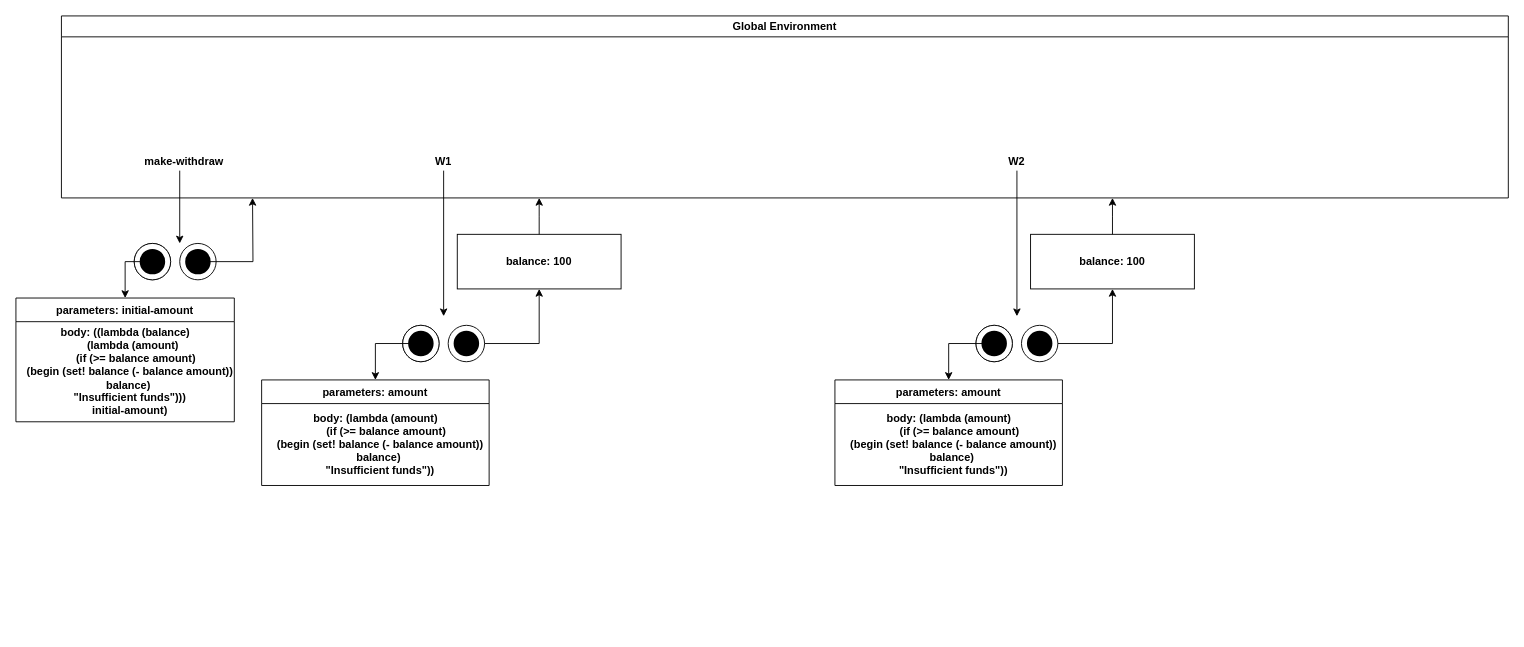
This is Chapter3/Exercise3_10.drawio from ppysjp/SICP, a draw.io file, before an edit. Source tidied: cells renumbered, new cells numbered last; positions are measured from the earlier drawing's top-left corner, leaving out a move shared by most shapes. Both pictures are drawn from the tidied source at 91%, with x=0, y=0 at pixel (15, 15).
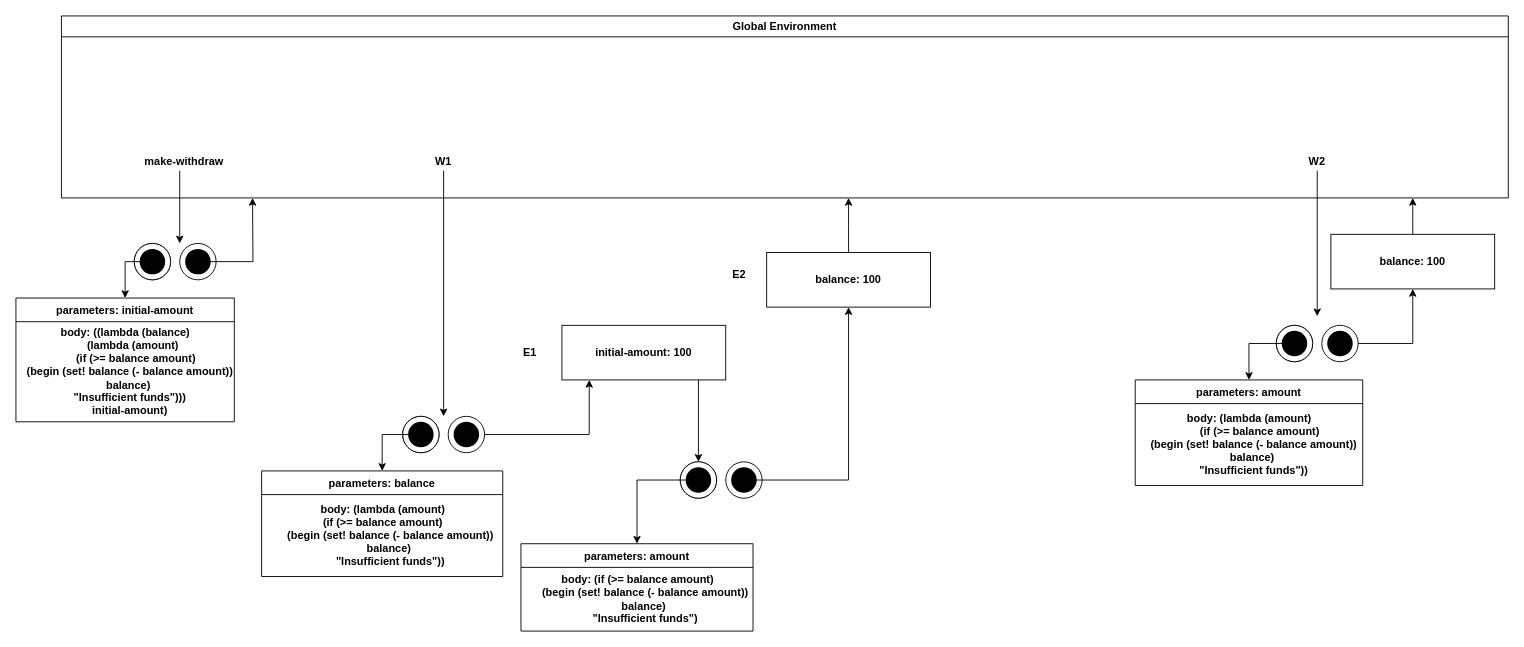
The same page after the edit.

Unchanged cells that the change refers to:
```xml
<mxCell id="4" value="&lt;b&gt;W1&lt;br&gt;&lt;/b&gt;" style="text;html=1;strokeColor=none;fillColor=none;align=center;verticalAlign=middle;whiteSpace=wrap;rounded=0;labelBackgroundColor=#ffffff;" parent="2" vertex="1">
  <mxGeometry x="355" y="150" width="130" height="20" as="geometry" />
</mxCell>
<mxCell id="26" style="ellipse;whiteSpace=wrap;html=1;labelBackgroundColor=#ffffff;" parent="25" vertex="1">
  <mxGeometry width="40" height="40" as="geometry" />
</mxCell>
<mxCell id="44" style="ellipse;whiteSpace=wrap;html=1;labelBackgroundColor=#ffffff;" parent="43" vertex="1">
  <mxGeometry width="40" height="40" as="geometry" />
</mxCell>
```

Change to the diagram source:
```diff
@@
     <mxCell id="19" style="group;" parent="1" vertex="1">
-      <mxGeometry x="425" y="340" width="40" height="40" as="geometry" />
+      <mxGeometry x="425" y="440" width="40" height="40" as="geometry" />
     </mxCell>
@@
     <mxCell id="22" style="group;" parent="1" vertex="1">
-      <mxGeometry x="425" y="340" width="40" height="40" as="geometry" />
+      <mxGeometry x="425" y="440" width="40" height="40" as="geometry" />
     </mxCell>
@@
     <mxCell id="25" style="group;" parent="1" vertex="1">
-      <mxGeometry x="475" y="340" width="40" height="40" as="geometry" />
+      <mxGeometry x="475" y="440" width="40" height="40" as="geometry" />
     </mxCell>
@@
     <mxCell id="28" style="edgeStyle=orthogonalEdgeStyle;rounded=0;jettySize=auto;html=1;" parent="1" edge="1" source="4">
       <mxGeometry relative="1" as="geometry">
-        <mxPoint x="470" y="330" as="targetPoint" />
+        <mxPoint x="470" y="440" as="targetPoint" />
         <Array as="points">
           <mxPoint x="470" y="160" />
         </Array>
       </mxGeometry>
     </mxCell>
-    <mxCell id="29" value="parameters: amount" style="swimlane;fontStyle=1;align=center;verticalAlign=top;horizontal=1;startSize=26;" parent="1" vertex="1">
-      <mxGeometry x="270" y="400" width="250" height="116" as="geometry" />
+    <mxCell id="29" value="parameters: balance" style="swimlane;fontStyle=1;align=center;verticalAlign=top;horizontal=1;startSize=26;" parent="1" vertex="1">
+      <mxGeometry x="270" y="500" width="265" height="116" as="geometry" />
     </mxCell>
-    <mxCell id="30" value="&lt;b&gt;body:&amp;nbsp;&lt;/b&gt;&lt;span style=&quot;background-color: initial;&quot;&gt;&lt;b&gt;(lambda (amount)&lt;/b&gt;&lt;/span&gt;&lt;div&gt;&lt;b&gt;&amp;nbsp; &amp;nbsp; &amp;nbsp; &amp;nbsp;(if (&amp;gt;= balance amount)&lt;/b&gt;&lt;/div&gt;&lt;div&gt;&lt;b&gt;&lt;span style=&quot;&quot;&gt;&#9;&lt;/span&gt;&amp;nbsp; &amp;nbsp;(begin (set! balance (- balance amount))&lt;/b&gt;&lt;/div&gt;&lt;div&gt;&lt;b&gt;&lt;span style=&quot;&quot;&gt;&#9;&#9;&lt;/span&gt;&amp;nbsp; balance)&lt;/b&gt;&lt;/div&gt;&lt;div&gt;&lt;b&gt;&lt;span style=&quot;&quot;&gt;&#9;&lt;/span&gt;&amp;nbsp; &amp;nbsp;&quot;Insufficient funds&quot;))&lt;/b&gt;&lt;/div&gt;" style="text;html=1;align=center;verticalAlign=middle;strokeColor=none;" parent="29" vertex="1">
-      <mxGeometry y="26" width="250" height="90" as="geometry" />
+    <mxCell id="30" value="&lt;b&gt;body:&amp;nbsp;&lt;/b&gt;&lt;span style=&quot;background-color: initial;&quot;&gt;&lt;b&gt;(lambda (amount)&lt;/b&gt;&lt;/span&gt;&lt;div&gt;&lt;b&gt;&lt;span style=&quot;&quot;&gt;&#9;&lt;/span&gt; (if (&amp;gt;= balance amount)&lt;/b&gt;&lt;/div&gt;&lt;div&gt;&lt;b&gt;&lt;span style=&quot;&quot;&gt;&#9;&lt;/span&gt;&amp;nbsp; &amp;nbsp; &amp;nbsp;(begin (set! balance (- balance amount))&lt;/b&gt;&lt;/div&gt;&lt;div&gt;&lt;b&gt;&lt;span style=&quot;&quot;&gt;&#9;&#9;&lt;/span&gt;&amp;nbsp; &amp;nbsp; balance)&lt;/b&gt;&lt;/div&gt;&lt;div&gt;&lt;b&gt;&lt;span style=&quot;&quot;&gt;&#9;&lt;/span&gt;&amp;nbsp; &amp;nbsp; &amp;nbsp;&quot;Insufficient funds&quot;))&lt;/b&gt;&lt;/div&gt;" style="text;html=1;align=center;verticalAlign=middle;strokeColor=none;" parent="29" vertex="1">
+      <mxGeometry y="26" width="265" height="90" as="geometry" />
     </mxCell>
@@
-    <mxCell id="32" style="edgeStyle=orthogonalEdgeStyle;rounded=0;jettySize=auto;html=1;" parent="1" edge="1" source="33">
-      <mxGeometry relative="1" as="geometry">
-        <mxPoint x="575" y="200" as="targetPoint" />
-      </mxGeometry>
-    </mxCell>
     <mxCell id="33" style="rounded=0;whiteSpace=wrap;html=1;fillColor=none;gradientColor=default;" parent="1" vertex="1">
-      <mxGeometry x="485" y="240" width="180" height="60" as="geometry" />
+      <mxGeometry x="600" y="340" width="180" height="60" as="geometry" />
     </mxCell>
-    <mxCell id="34" value="&lt;b&gt;balance: 100&lt;/b&gt;" style="text;html=1;strokeColor=none;fillColor=none;align=center;verticalAlign=middle;whiteSpace=wrap;rounded=0;" parent="1" vertex="1">
-      <mxGeometry x="520" y="255" width="110" height="30" as="geometry" />
+    <mxCell id="34" value="&lt;b&gt;initial-amount: 100&lt;/b&gt;" style="text;html=1;strokeColor=none;fillColor=none;align=center;verticalAlign=middle;whiteSpace=wrap;rounded=0;" parent="1" vertex="1">
+      <mxGeometry x="635" y="355" width="110" height="30" as="geometry" />
     </mxCell>
-    <mxCell id="35" style="edgeStyle=orthogonalEdgeStyle;rounded=0;jettySize=auto;html=1;entryX=0.5;entryY=1;entryDx=0;entryDy=0;" parent="1" edge="1" source="26" target="33">
+    <mxCell id="35" style="edgeStyle=orthogonalEdgeStyle;rounded=0;jettySize=auto;html=1;" parent="1" edge="1" source="26">
       <mxGeometry relative="1" as="geometry">
+        <mxPoint x="630" y="400" as="targetPoint" />
         <Array as="points">
-          <mxPoint x="575" y="360" />
+          <mxPoint x="630" y="460" />
+          <mxPoint x="630" y="400" />
         </Array>
       </mxGeometry>
     </mxCell>
     <mxCell id="36" value="&lt;b&gt;W2&lt;br&gt;&lt;/b&gt;" style="text;html=1;strokeColor=none;fillColor=none;align=center;verticalAlign=middle;whiteSpace=wrap;rounded=0;labelBackgroundColor=#ffffff;" parent="1" vertex="1">
-      <mxGeometry x="1035" y="150" width="130" height="20" as="geometry" />
+      <mxGeometry x="1365" y="150" width="130" height="20" as="geometry" />
     </mxCell>
     <mxCell id="37" style="group;" parent="1" vertex="1">
-      <mxGeometry x="1055" y="340" width="40" height="40" as="geometry" />
+      <mxGeometry x="1385" y="340" width="40" height="40" as="geometry" />
     </mxCell>
@@
     <mxCell id="40" style="group;" parent="1" vertex="1">
-      <mxGeometry x="1055" y="340" width="40" height="40" as="geometry" />
+      <mxGeometry x="1385" y="340" width="40" height="40" as="geometry" />
     </mxCell>
@@
     <mxCell id="43" style="group;" parent="1" vertex="1">
-      <mxGeometry x="1105" y="340" width="40" height="40" as="geometry" />
+      <mxGeometry x="1435" y="340" width="40" height="40" as="geometry" />
     </mxCell>
@@
     <mxCell id="46" style="edgeStyle=orthogonalEdgeStyle;rounded=0;jettySize=auto;html=1;" parent="1" edge="1" source="36">
       <mxGeometry relative="1" as="geometry">
-        <mxPoint x="1100" y="330" as="targetPoint" />
+        <mxPoint x="1430" y="330" as="targetPoint" />
         <Array as="points">
-          <mxPoint x="1100" y="160" />
+          <mxPoint x="1430" y="160" />
         </Array>
       </mxGeometry>
     </mxCell>
     <mxCell id="47" value="parameters: amount" style="swimlane;fontStyle=1;align=center;verticalAlign=top;horizontal=1;startSize=26;" parent="1" vertex="1">
-      <mxGeometry x="900" y="400" width="250" height="116" as="geometry" />
+      <mxGeometry x="1230" y="400" width="250" height="116" as="geometry" />
     </mxCell>
@@
     <mxCell id="50" style="edgeStyle=orthogonalEdgeStyle;rounded=0;jettySize=auto;html=1;" parent="1" edge="1" source="51">
       <mxGeometry relative="1" as="geometry">
-        <mxPoint x="1205" y="200" as="targetPoint" />
+        <mxPoint x="1535" y="200" as="targetPoint" />
       </mxGeometry>
     </mxCell>
     <mxCell id="51" style="rounded=0;whiteSpace=wrap;html=1;fillColor=none;gradientColor=default;" parent="1" vertex="1">
-      <mxGeometry x="1115" y="240" width="180" height="60" as="geometry" />
+      <mxGeometry x="1445" y="240" width="180" height="60" as="geometry" />
     </mxCell>
     <mxCell id="52" value="&lt;b&gt;balance: 100&lt;/b&gt;" style="text;html=1;strokeColor=none;fillColor=none;align=center;verticalAlign=middle;whiteSpace=wrap;rounded=0;" parent="1" vertex="1">
-      <mxGeometry x="1150" y="255" width="110" height="30" as="geometry" />
+      <mxGeometry x="1480" y="255" width="110" height="30" as="geometry" />
     </mxCell>
     <mxCell id="53" style="edgeStyle=orthogonalEdgeStyle;rounded=0;jettySize=auto;html=1;entryX=0.5;entryY=1;entryDx=0;entryDy=0;" parent="1" edge="1" source="44" target="51">
       <mxGeometry relative="1" as="geometry">
         <Array as="points">
-          <mxPoint x="1205" y="360" />
+          <mxPoint x="1535" y="360" />
         </Array>
       </mxGeometry>
     </mxCell>
+    <mxCell id="54" style="edgeStyle=orthogonalEdgeStyle;rounded=0;jettySize=auto;html=1;" parent="1" edge="1" source="55">
+      <mxGeometry relative="1" as="geometry">
+        <mxPoint x="915" y="200" as="targetPoint" />
+      </mxGeometry>
+    </mxCell>
+    <mxCell id="55" style="rounded=0;whiteSpace=wrap;html=1;fillColor=none;gradientColor=default;" parent="1" vertex="1">
+      <mxGeometry x="825" y="260" width="180" height="60" as="geometry" />
+    </mxCell>
+    <mxCell id="56" value="&lt;b&gt;balance: 100&lt;/b&gt;" style="text;html=1;strokeColor=none;fillColor=none;align=center;verticalAlign=middle;whiteSpace=wrap;rounded=0;" parent="1" vertex="1">
+      <mxGeometry x="860" y="275" width="110" height="30" as="geometry" />
+    </mxCell>
+    <mxCell id="57" value="&lt;b&gt;E1&lt;/b&gt;" style="text;html=1;strokeColor=none;fillColor=none;align=center;verticalAlign=middle;whiteSpace=wrap;rounded=0;" parent="1" vertex="1">
+      <mxGeometry x="535" y="355" width="60" height="30" as="geometry" />
+    </mxCell>
+    <mxCell id="58" style="group;" parent="1" vertex="1">
+      <mxGeometry x="730" y="490" width="40" height="40" as="geometry" />
+    </mxCell>
+    <mxCell id="59" style="ellipse;whiteSpace=wrap;html=1;labelBackgroundColor=#ffffff;" parent="58" vertex="1">
+      <mxGeometry width="40" height="40" as="geometry" />
+    </mxCell>
+    <mxCell id="60" style="ellipse;whiteSpace=wrap;html=1;labelBackgroundColor=#ffffff;strokeWidth=8;fillColor=#000000;" parent="58" vertex="1">
+      <mxGeometry x="10" y="10" width="20" height="20" as="geometry" />
+    </mxCell>
+    <mxCell id="61" style="group;" parent="1" vertex="1">
+      <mxGeometry x="730" y="490" width="40" height="40" as="geometry" />
+    </mxCell>
+    <mxCell id="62" style="ellipse;whiteSpace=wrap;html=1;labelBackgroundColor=#ffffff;" parent="61" vertex="1">
+      <mxGeometry width="40" height="40" as="geometry" />
+    </mxCell>
+    <mxCell id="63" style="ellipse;whiteSpace=wrap;html=1;labelBackgroundColor=#ffffff;strokeWidth=8;fillColor=#000000;" parent="61" vertex="1">
+      <mxGeometry x="10" y="10" width="20" height="20" as="geometry" />
+    </mxCell>
+    <mxCell id="64" style="group;" parent="1" vertex="1">
+      <mxGeometry x="780" y="490" width="40" height="40" as="geometry" />
+    </mxCell>
+    <mxCell id="65" style="ellipse;whiteSpace=wrap;html=1;labelBackgroundColor=#ffffff;" parent="64" vertex="1">
+      <mxGeometry width="40" height="40" as="geometry" />
+    </mxCell>
+    <mxCell id="66" style="ellipse;whiteSpace=wrap;html=1;labelBackgroundColor=#ffffff;strokeWidth=8;fillColor=#000000;" parent="64" vertex="1">
+      <mxGeometry x="10" y="10" width="20" height="20" as="geometry" />
+    </mxCell>
+    <mxCell id="67" value="parameters: amount" style="swimlane;fontStyle=1;align=center;verticalAlign=top;horizontal=1;startSize=26;" parent="1" vertex="1">
+      <mxGeometry x="555" y="580" width="255" height="96" as="geometry" />
+    </mxCell>
+    <mxCell id="68" value="&lt;b&gt;body:&amp;nbsp;&lt;/b&gt;&lt;span style=&quot;background-color: initial;&quot;&gt;&lt;b&gt;(if (&amp;gt;= balance amount)&lt;/b&gt;&lt;/span&gt;&lt;div&gt;&lt;b&gt;&lt;span style=&quot;&quot;&gt;&#9;&lt;/span&gt;&amp;nbsp; &amp;nbsp; &amp;nbsp;(begin (set! balance (- balance amount))&lt;/b&gt;&lt;/div&gt;&lt;div&gt;&lt;b&gt;&lt;span style=&quot;&quot;&gt;&#9;&#9;&lt;/span&gt;&amp;nbsp; &amp;nbsp; balance)&lt;/b&gt;&lt;/div&gt;&lt;div&gt;&lt;b&gt;&lt;span style=&quot;&quot;&gt;&#9;&lt;/span&gt;&amp;nbsp; &amp;nbsp; &amp;nbsp;&quot;Insufficient funds&quot;)&lt;/b&gt;&lt;/div&gt;" style="text;html=1;align=center;verticalAlign=middle;strokeColor=none;" parent="67" vertex="1">
+      <mxGeometry y="26" width="255" height="70" as="geometry" />
+    </mxCell>
+    <mxCell id="69" style="edgeStyle=orthogonalEdgeStyle;rounded=0;jettySize=auto;html=1;exitX=0;exitY=0.5;exitDx=0;exitDy=0;entryX=0.5;entryY=0;entryDx=0;entryDy=0;" parent="1" edge="1" source="63" target="67">
+      <mxGeometry relative="1" as="geometry" />
+    </mxCell>
+    <mxCell id="70" style="edgeStyle=orthogonalEdgeStyle;rounded=0;jettySize=auto;html=1;exitX=1;exitY=0.5;exitDx=0;exitDy=0;entryX=0.5;entryY=1;entryDx=0;entryDy=0;" parent="1" edge="1" source="66" target="55">
+      <mxGeometry relative="1" as="geometry">
+        <Array as="points">
+          <mxPoint x="915" y="510" />
+        </Array>
+      </mxGeometry>
+    </mxCell>
+    <mxCell id="71" style="endArrow=classic;html=1;rounded=0;entryX=0.5;entryY=0;entryDx=0;entryDy=0;" parent="1" edge="1" target="62">
+      <mxGeometry relative="1" as="geometry">
+        <mxPoint x="750" y="400" as="sourcePoint" />
+      </mxGeometry>
+    </mxCell>
+    <mxCell id="72" value="&lt;b&gt;E2&lt;/b&gt;" style="text;html=1;strokeColor=none;fillColor=none;align=center;verticalAlign=middle;whiteSpace=wrap;rounded=0;" parent="1" vertex="1">
+      <mxGeometry x="765" y="270" width="60" height="30" as="geometry" />
+    </mxCell>
```
